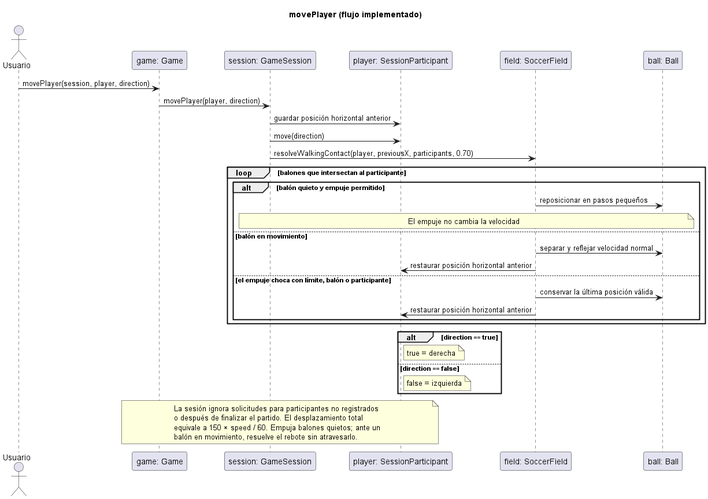
Above: docs/uml/capturas/domain-sequences_002.png in PaglkG/ProyectoFinal-Dopo (PlantUML), before the change.
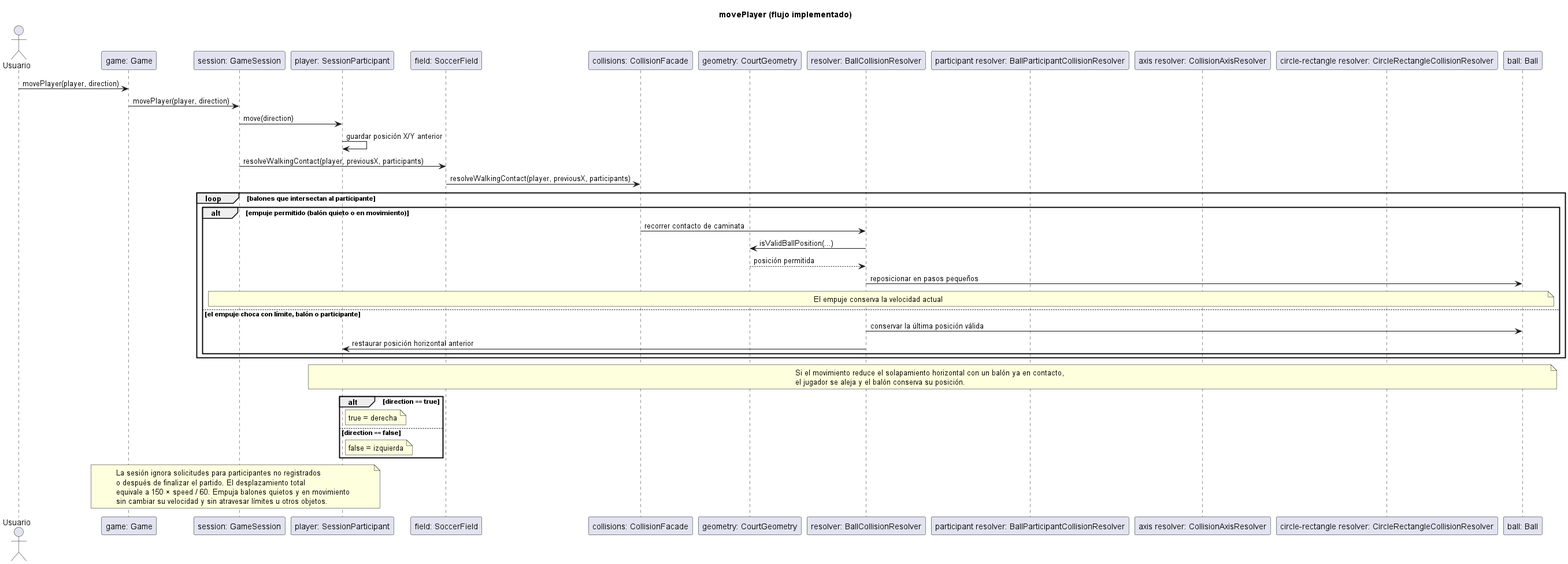
The same diagram one commit later.

The edit, as a diff of the source:
```diff
@@ -5,24 +5,35 @@
 participant "session: GameSession" as S
 participant "player: SessionParticipant" as P
 participant "field: SoccerField" as F
+participant "collisions: CollisionFacade" as C
+participant "geometry: CourtGeometry" as CG
+participant "resolver: BallCollisionResolver" as BR
+participant "participant resolver: BallParticipantCollisionResolver" as PR
+participant "axis resolver: CollisionAxisResolver" as AR
+participant "circle-rectangle resolver: CircleRectangleCollisionResolver" as CR
 participant "ball: Ball" as B
-Usuario -> G: movePlayer(session, player, direction)
+Usuario -> G: movePlayer(player, direction)
 G -> S: movePlayer(player, direction)
-S -> P: guardar posición horizontal anterior
 S -> P: move(direction)
-S -> F: resolveWalkingContact(player, previousX, participants, 0.70)
+P -> P: guardar posición X/Y anterior
+S -> F: resolveWalkingContact(player, previousX, participants)
+F -> C: resolveWalkingContact(player, previousX, participants)
 loop balones que intersectan al participante
-  alt balón quieto y empuje permitido
-    F -> B: reposicionar en pasos pequeños
-    note over S,B: El empuje no cambia la velocidad
-  else balón en movimiento
-    F -> B: separar y reflejar velocidad normal
-    F -> P: restaurar posición horizontal anterior
+  alt empuje permitido (balón quieto o en movimiento)
+    C -> BR: recorrer contacto de caminata
+    BR -> CG: isValidBallPosition(...)
+    CG --> BR: posición permitida
+    BR -> B: reposicionar en pasos pequeños
+    note over S,B: El empuje conserva la velocidad actual
   else el empuje choca con límite, balón o participante
-    F -> B: conservar la última posición válida
-    F -> P: restaurar posición horizontal anterior
+    BR -> B: conservar la última posición válida
+    BR -> P: restaurar posición horizontal anterior
   end
 end
+note over P,B
+  Si el movimiento reduce el solapamiento horizontal con un balón ya en contacto,
+  el jugador se aleja y el balón conserva su posición.
+end note
 alt direction == true
   note right of P: true = derecha
 else direction == false
@@ -31,7 +42,7 @@
 note over G,P
   La sesión ignora solicitudes para participantes no registrados
   o después de finalizar el partido. El desplazamiento total
-  equivale a 150 × speed / 60. Empuja balones quietos; ante un
-  balón en movimiento, resuelve el rebote sin atravesarlo.
+  equivale a 150 × speed / 60. Empuja balones quietos y en movimiento
+  sin cambiar su velocidad y sin atravesar límites u otros objetos.
 end note
 @enduml
```
